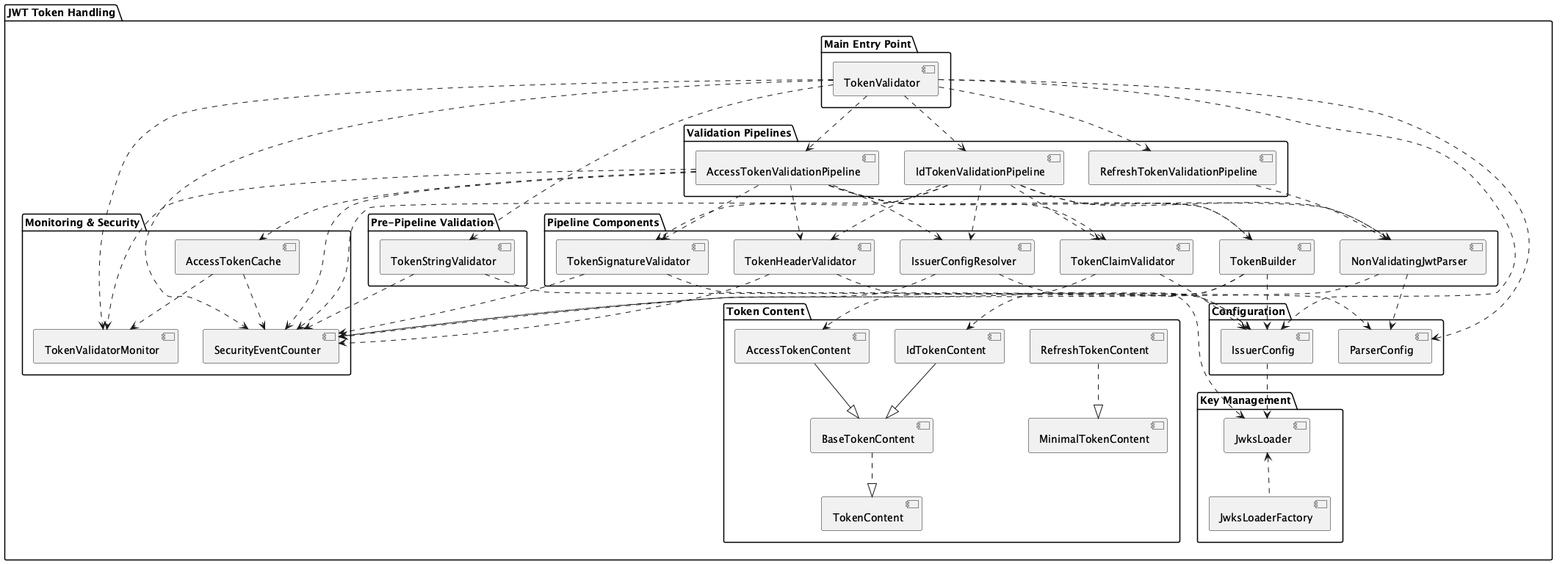
Above: doc/plantuml/component-overview.png in cuioss/cui-jwt (PlantUML), before the change.
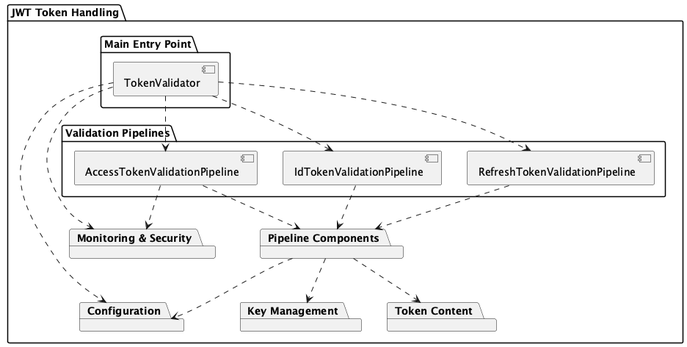
Later version of the same file.

Commit message:
docs: Simplify component-overview diagram to show architectural packages

What changed in the source:
```diff
@@ -4,10 +4,6 @@
 
   package "Main Entry Point" {
     [TokenValidator]
-  }
-
-  package "Pre-Pipeline Validation" {
-    [TokenStringValidator]
   }
 
   package "Validation Pipelines" {
@@ -17,93 +13,33 @@
   }
 
   package "Pipeline Components" {
-    [NonValidatingJwtParser]
-    [IssuerConfigResolver]
-    [TokenHeaderValidator]
-    [TokenSignatureValidator]
-    [TokenBuilder]
-    [TokenClaimValidator]
   }
 
   package "Configuration" {
-    [ParserConfig]
-    [IssuerConfig]
   }
 
   package "Key Management" {
-    [JwksLoader]
-    [JwksLoaderFactory]
   }
 
   package "Monitoring & Security" {
-    [SecurityEventCounter]
-    [TokenValidatorMonitor]
-    [AccessTokenCache]
   }
 
   package "Token Content" {
-    [AccessTokenContent]
-    [IdTokenContent]
-    [RefreshTokenContent]
-    [BaseTokenContent]
-    [TokenContent]
-    [MinimalTokenContent]
   }
 
-  [TokenValidator] ..> [ParserConfig]
-  [TokenValidator] ..> [IssuerConfig]
-  [TokenValidator] ..> [TokenStringValidator]
   [TokenValidator] ..> [AccessTokenValidationPipeline]
   [TokenValidator] ..> [IdTokenValidationPipeline]
   [TokenValidator] ..> [RefreshTokenValidationPipeline]
-  [TokenValidator] ..> [SecurityEventCounter]
-  [TokenValidator] ..> [TokenValidatorMonitor]
 
-  [AccessTokenValidationPipeline] ..> [NonValidatingJwtParser]
-  [AccessTokenValidationPipeline] ..> [IssuerConfigResolver]
-  [AccessTokenValidationPipeline] ..> [TokenHeaderValidator]
-  [AccessTokenValidationPipeline] ..> [TokenSignatureValidator]
-  [AccessTokenValidationPipeline] ..> [TokenBuilder]
-  [AccessTokenValidationPipeline] ..> [TokenClaimValidator]
-  [AccessTokenValidationPipeline] ..> [AccessTokenCache]
-  [AccessTokenValidationPipeline] ..> [SecurityEventCounter]
-  [AccessTokenValidationPipeline] ..> [TokenValidatorMonitor]
+  [AccessTokenValidationPipeline] ..> "Pipeline Components"
+  [IdTokenValidationPipeline] ..> "Pipeline Components"
+  [RefreshTokenValidationPipeline] ..> "Pipeline Components"
 
-  [IdTokenValidationPipeline] ..> [NonValidatingJwtParser]
-  [IdTokenValidationPipeline] ..> [IssuerConfigResolver]
-  [IdTokenValidationPipeline] ..> [TokenHeaderValidator]
-  [IdTokenValidationPipeline] ..> [TokenSignatureValidator]
-  [IdTokenValidationPipeline] ..> [TokenBuilder]
-  [IdTokenValidationPipeline] ..> [TokenClaimValidator]
-  [IdTokenValidationPipeline] ..> [SecurityEventCounter]
-
-  [RefreshTokenValidationPipeline] ..> [NonValidatingJwtParser]
-
-  [IssuerConfigResolver] ..> [IssuerConfig]
-  [IssuerConfigResolver] ..> [SecurityEventCounter]
-  [NonValidatingJwtParser] ..> [ParserConfig]
-  [NonValidatingJwtParser] ..> [SecurityEventCounter]
-  [TokenSignatureValidator] ..> [JwksLoader]
-  [TokenSignatureValidator] ..> [SecurityEventCounter]
-  [TokenHeaderValidator] ..> [IssuerConfig]
-  [TokenHeaderValidator] ..> [SecurityEventCounter]
-  [TokenClaimValidator] ..> [IssuerConfig]
-  [TokenClaimValidator] ..> [SecurityEventCounter]
-  [TokenBuilder] ..> [IssuerConfig]
-  [TokenStringValidator] ..> [ParserConfig]
-  [TokenStringValidator] ..> [SecurityEventCounter]
-
-  [IssuerConfig] ..> [JwksLoader]
-  [JwksLoader] <.. [JwksLoaderFactory]
-
-  [AccessTokenCache] ..> [SecurityEventCounter]
-  [AccessTokenCache] ..> [TokenValidatorMonitor]
-
-  [TokenBuilder] ..> [AccessTokenContent]
-  [TokenBuilder] ..> [IdTokenContent]
-  [AccessTokenContent] --|> [BaseTokenContent]
-  [IdTokenContent] --|> [BaseTokenContent]
-  [BaseTokenContent] ..|> [TokenContent]
-  [RefreshTokenContent] ..|> [MinimalTokenContent]
+  [TokenValidator] ..> "Configuration"
+  "Pipeline Components" ..> "Configuration"
+  "Pipeline Components" ..> "Key Management"
+  [TokenValidator] ..> "Monitoring & Security"
+  [AccessTokenValidationPipeline] ..> "Monitoring & Security"
+  "Pipeline Components" ..> "Token Content"
 }
 @enduml
```
